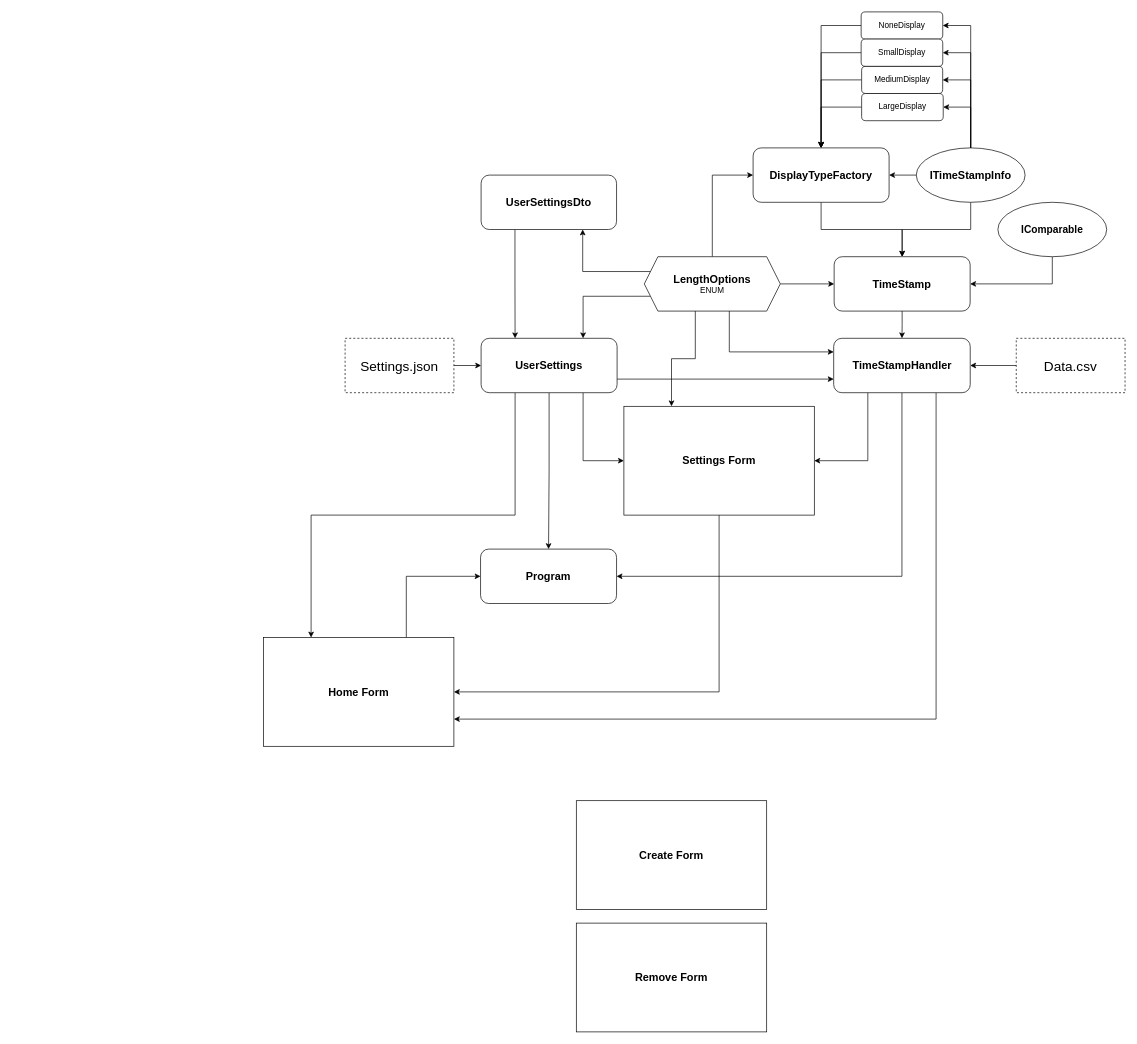
The draw.io diagram Chrono Count 3/ERD/ChronoCount3.drawio in Andy-Mckelvey05/Chrono-Count-3, before the edit. Source tidied: cells renumbered, new cells numbered last; positions are measured from the earlier drawing's top-left corner, leaving out a move shared by most shapes. Both pictures are drawn from the tidied source at 68%, with x=0, y=0 at pixel (263, 12).
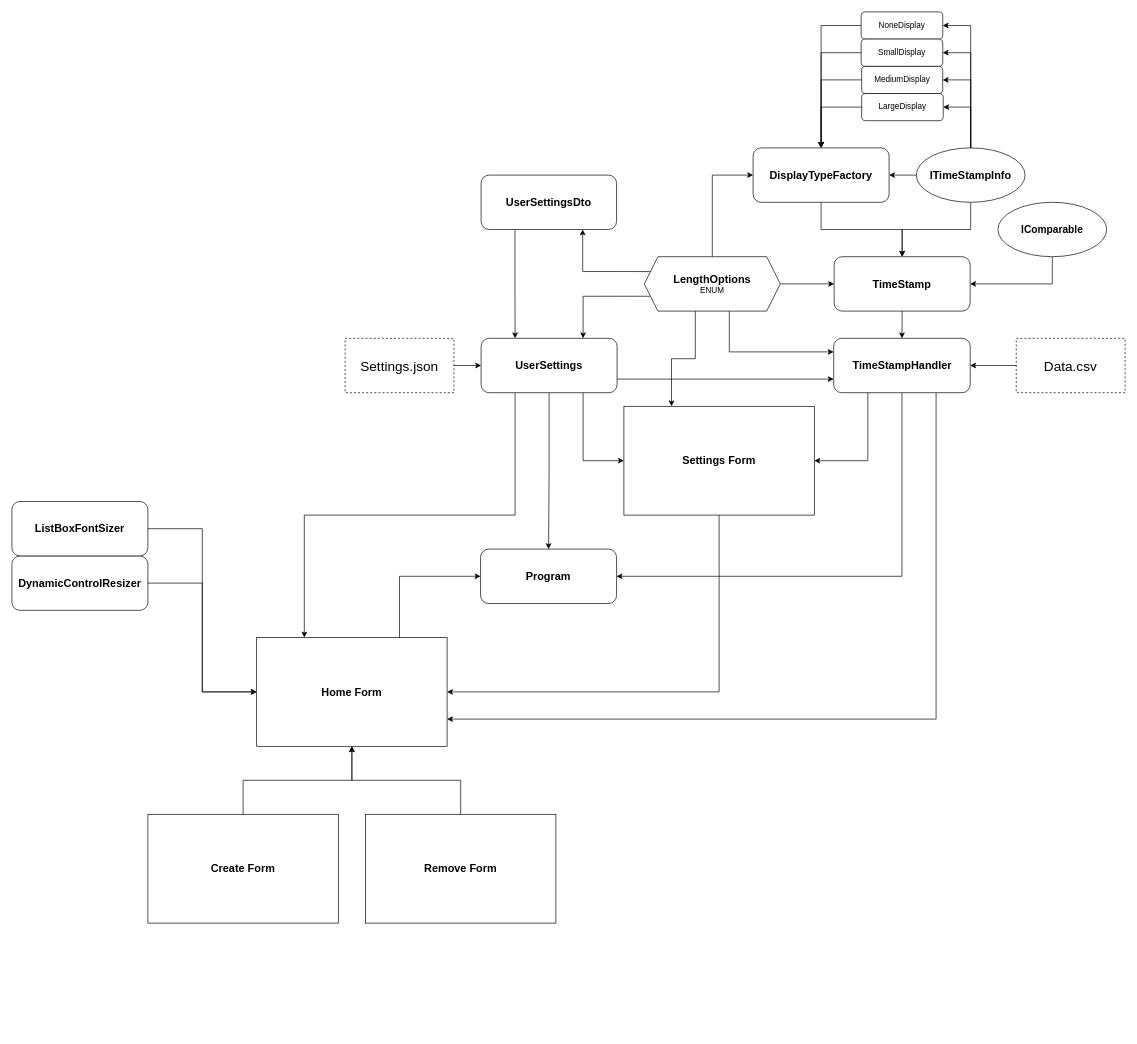
Above is the later version.

Change to the diagram source:
```diff
@@
     <mxCell id="47" value="&lt;b style=&quot;font-size: 16px;&quot;&gt;Home Form&lt;/b&gt;" style="rounded=0;whiteSpace=wrap;html=1;" parent="1" vertex="1">
-      <mxGeometry y="920" width="280" height="160" as="geometry" />
+      <mxGeometry x="-10" y="920" width="280" height="160" as="geometry" />
     </mxCell>
+    <mxCell id="52" style="edgeStyle=orthogonalEdgeStyle;rounded=0;jettySize=auto;html=1;exitX=0.5;exitY=0;exitDx=0;exitDy=0;entryX=0.5;entryY=1;entryDx=0;entryDy=0;" parent="1" edge="1" source="48" target="47">
+      <mxGeometry relative="1" as="geometry" />
+    </mxCell>
     <mxCell id="48" value="&lt;b style=&quot;font-size: 16px;&quot;&gt;Create Form&lt;/b&gt;" style="rounded=0;whiteSpace=wrap;html=1;" parent="1" vertex="1">
-      <mxGeometry x="460" y="1160" width="280" height="160" as="geometry" />
+      <mxGeometry x="-170" y="1180" width="280" height="160" as="geometry" />
     </mxCell>
+    <mxCell id="53" style="edgeStyle=orthogonalEdgeStyle;rounded=0;jettySize=auto;html=1;exitX=0.5;exitY=0;exitDx=0;exitDy=0;entryX=0.5;entryY=1;entryDx=0;entryDy=0;" parent="1" edge="1" source="49" target="47">
+      <mxGeometry relative="1" as="geometry" />
+    </mxCell>
     <mxCell id="49" value="&lt;b style=&quot;font-size: 16px;&quot;&gt;Remove Form&lt;/b&gt;" style="rounded=0;whiteSpace=wrap;html=1;" parent="1" vertex="1">
-      <mxGeometry x="460" y="1340" width="280" height="160" as="geometry" />
+      <mxGeometry x="150" y="1180" width="280" height="160" as="geometry" />
     </mxCell>
@@
+    <mxCell id="54" style="edgeStyle=orthogonalEdgeStyle;rounded=0;jettySize=auto;html=1;exitX=1;exitY=0.5;exitDx=0;exitDy=0;entryX=0;entryY=0.5;entryDx=0;entryDy=0;" parent="1" edge="1" source="55" target="47">
+      <mxGeometry relative="1" as="geometry" />
+    </mxCell>
+    <mxCell id="55" value="&lt;span style=&quot;font-size: 16px;&quot;&gt;&lt;b&gt;DynamicControlResizer&lt;/b&gt;&lt;/span&gt;" style="rounded=1;whiteSpace=wrap;html=1;" parent="1" vertex="1">
+      <mxGeometry x="-370" y="800" width="200" height="80" as="geometry" />
+    </mxCell>
+    <mxCell id="56" style="edgeStyle=orthogonalEdgeStyle;rounded=0;jettySize=auto;html=1;exitX=1;exitY=0.5;exitDx=0;exitDy=0;entryX=0;entryY=0.5;entryDx=0;entryDy=0;" parent="1" edge="1" source="57" target="47">
+      <mxGeometry relative="1" as="geometry" />
+    </mxCell>
+    <mxCell id="57" value="&lt;span style=&quot;font-size: 16px;&quot;&gt;&lt;b&gt;ListBoxFontSizer&lt;/b&gt;&lt;/span&gt;" style="rounded=1;whiteSpace=wrap;html=1;" parent="1" vertex="1">
+      <mxGeometry x="-370" y="720" width="200" height="80" as="geometry" />
+    </mxCell>
```
